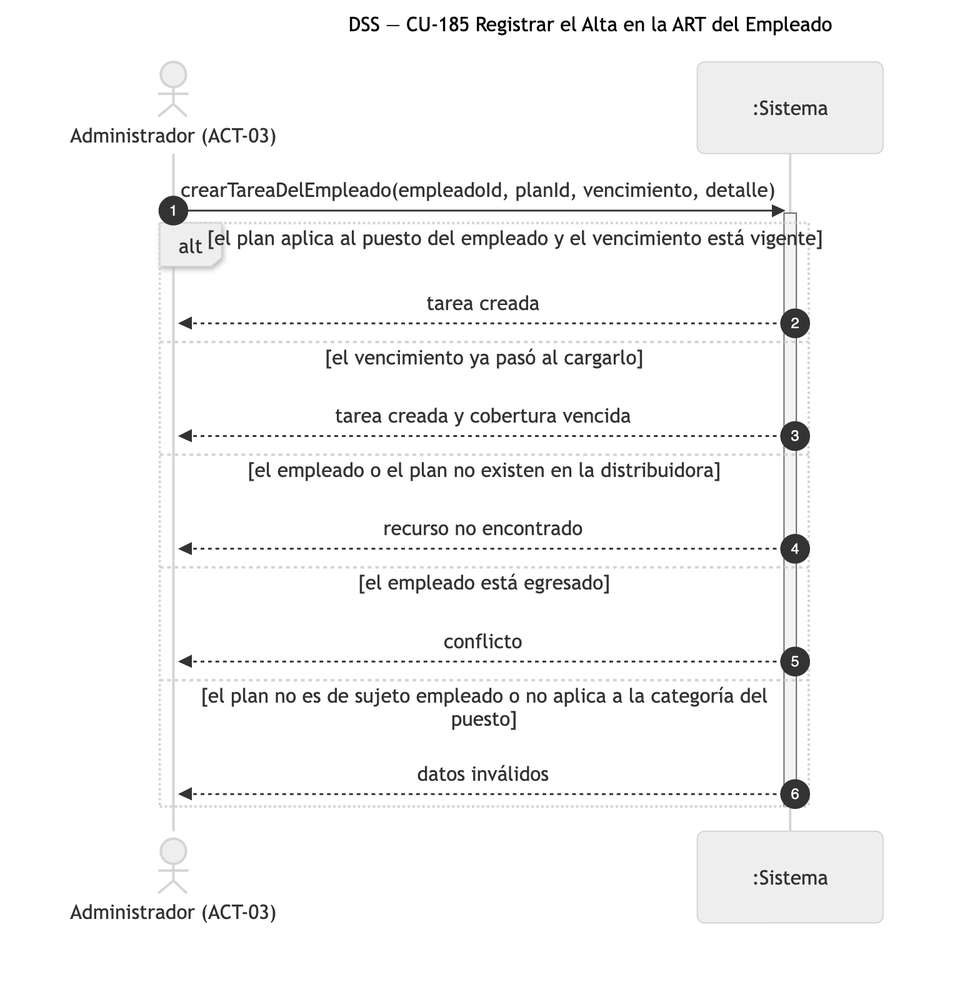
Before: diagramas/png/DSS_CU-185_Registrar-el-Alta-en-la-ART-del-Empleado.png, a diagram exported from Mermaid (Nahuelito-Dev/splg-docs). Its source is kept beside it as diagramas/DSS_CU-185_Registrar-el-Alta-en-la-ART-del-Empleado.mmd. Its diagram source:
```mermaid
sequenceDiagram
    title DSS — CU-185 Registrar el Alta en la ART del Empleado
    autonumber
    actor ADM as Administrador (ACT-03)
    participant SIS as :Sistema

    ADM->>SIS: crearTareaDelEmpleado(empleadoId, planId, vencimiento, detalle)
    activate SIS
    alt el plan aplica al puesto del empleado y el vencimiento está vigente
        SIS-->>ADM: tarea creada
    else el vencimiento ya pasó al cargarlo
        SIS-->>ADM: tarea creada y cobertura vencida
    else el empleado o el plan no existen en la distribuidora
        SIS-->>ADM: recurso no encontrado
    else el empleado está egresado
        SIS-->>ADM: conflicto
    else el plan no es de sujeto empleado o no aplica a la categoría del puesto
        SIS-->>ADM: datos inválidos
    end
    deactivate SIS
```
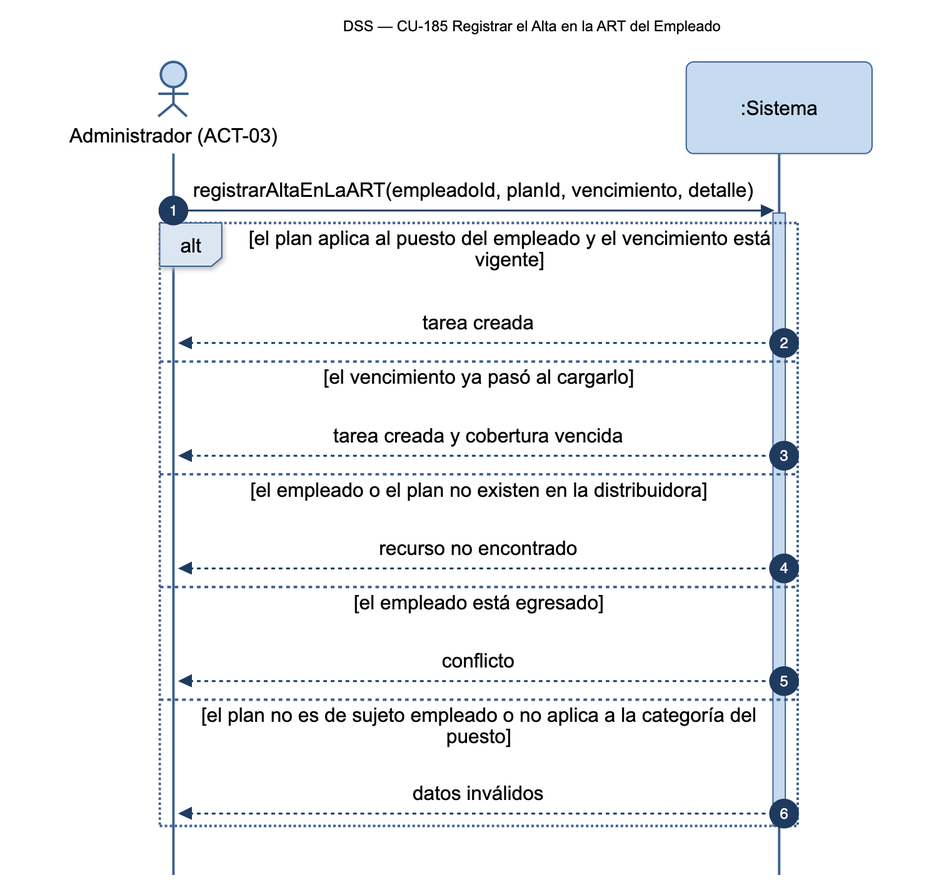
After the change.

The edit, as a diff of the source:
```diff
@@ -4,7 +4,7 @@
     actor ADM as Administrador (ACT-03)
     participant SIS as :Sistema
 
-    ADM->>SIS: crearTareaDelEmpleado(empleadoId, planId, vencimiento, detalle)
+    ADM->>SIS: registrarAltaEnLaART(empleadoId, planId, vencimiento, detalle)
     activate SIS
     alt el plan aplica al puesto del empleado y el vencimiento está vigente
         SIS-->>ADM: tarea creada
```
